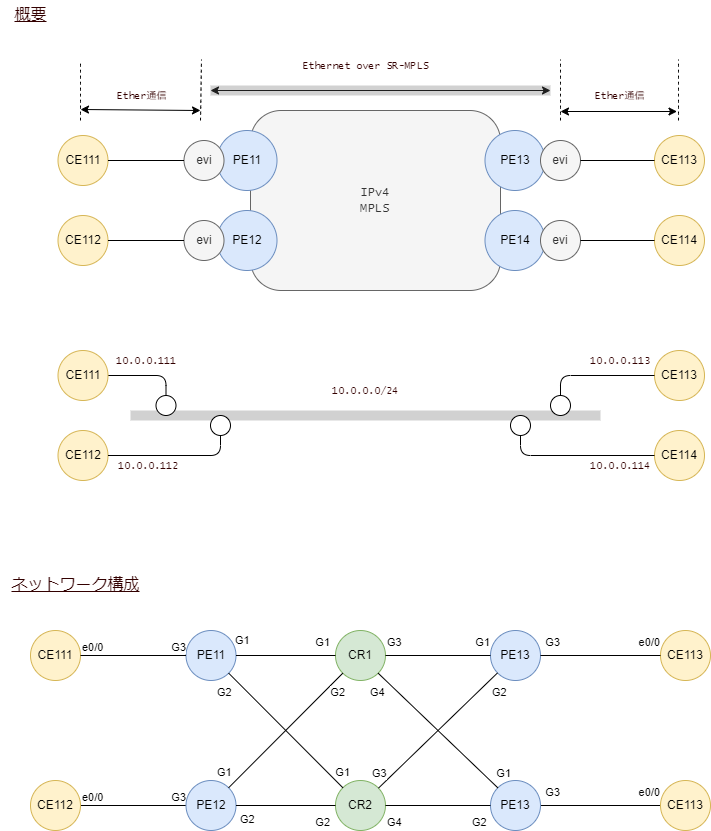
The draw.io diagram iosxe_config/img/mpls_evpn.drawio.png in takamitsu-iida/srv6-guide, before a commit. Source tidied: cells renumbered, new cells last; positions are measured from the earlier drawing's top-left corner, leaving out a move shared by most shapes.
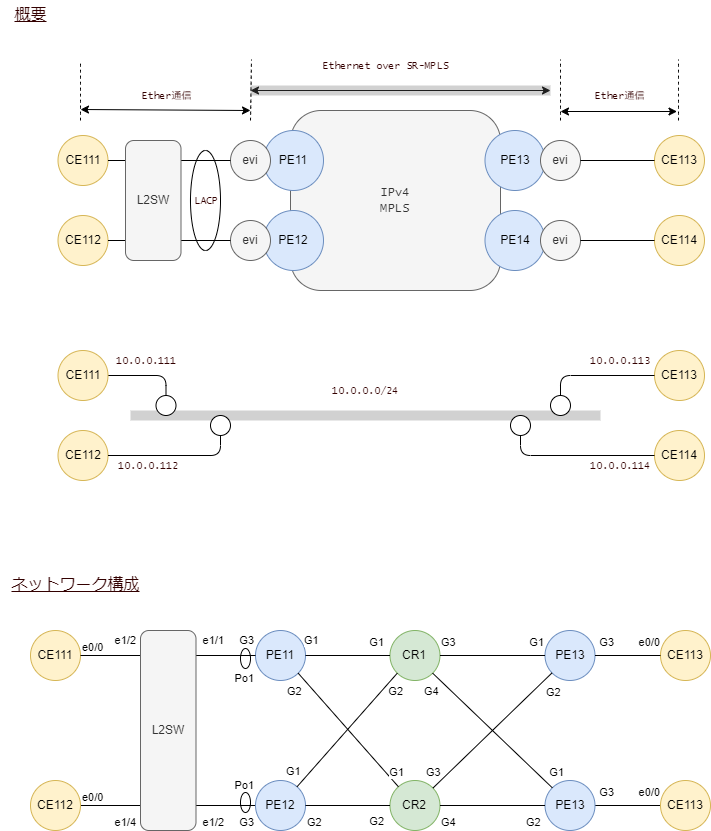
After the commit.

Diff of the diagram source:
```diff
@@ -9,19 +9,19 @@
       </mxGeometry>
     </mxCell>
     <mxCell id="3" value="&lt;span style=&quot;font-family: &amp;quot;Lucida Console&amp;quot;;&quot;&gt;IPv4&lt;/span&gt;&lt;br style=&quot;border-color: var(--border-color); font-family: &amp;quot;Lucida Console&amp;quot;;&quot;&gt;&lt;span style=&quot;font-family: &amp;quot;Lucida Console&amp;quot;;&quot;&gt;MPLS&lt;/span&gt;" style="rounded=1;whiteSpace=wrap;html=1;arcSize=17;fillColor=#f5f5f5;fontColor=#333333;strokeColor=#666666;" parent="1" vertex="1">
-      <mxGeometry x="250" y="110" width="250" height="180" as="geometry" />
+      <mxGeometry x="290" y="110" width="210" height="180" as="geometry" />
     </mxCell>
     <mxCell id="4" value="CR1" style="ellipse;whiteSpace=wrap;html=1;fillColor=#d5e8d4;strokeColor=#82b366;" parent="1" vertex="1">
-      <mxGeometry x="335" y="630" width="50" height="50" as="geometry" />
+      <mxGeometry x="389.5" y="630" width="50" height="50" as="geometry" />
     </mxCell>
     <mxCell id="5" value="CR2" style="ellipse;whiteSpace=wrap;html=1;fillColor=#d5e8d4;strokeColor=#82b366;" parent="1" vertex="1">
-      <mxGeometry x="335" y="780" width="50" height="50" as="geometry" />
+      <mxGeometry x="389.5" y="780" width="50" height="50" as="geometry" />
     </mxCell>
     <mxCell id="6" value="PE11" style="ellipse;whiteSpace=wrap;html=1;fillColor=#dae8fc;strokeColor=#6c8ebf;" parent="1" vertex="1">
-      <mxGeometry x="185.5" y="630" width="50" height="50" as="geometry" />
+      <mxGeometry x="255" y="630" width="50" height="50" as="geometry" />
     </mxCell>
     <mxCell id="7" value="PE13" style="ellipse;whiteSpace=wrap;html=1;fillColor=#dae8fc;strokeColor=#6c8ebf;" parent="1" vertex="1">
-      <mxGeometry x="490" y="630" width="50" height="50" as="geometry" />
+      <mxGeometry x="544.5" y="630" width="50" height="50" as="geometry" />
     </mxCell>
     <mxCell id="8" style="endArrow=none;html=1;exitX=1;exitY=0.5;exitDx=0;exitDy=0;endFill=0;rounded=1;" parent="1" edge="1" source="4" target="7">
       <mxGeometry relative="1" as="geometry" />
@@ -90,7 +90,9 @@
       <mxGeometry x="-1" relative="1" as="geometry" />
     </mxCell>
     <mxCell id="24" value="G3" style="edgeLabel;html=1;align=right;verticalAlign=bottom;" parent="22" vertex="1">
-      <mxGeometry x="1" relative="1" as="geometry" />
+      <mxGeometry x="1" relative="1" as="geometry">
+        <mxPoint y="25" as="offset" />
+      </mxGeometry>
     </mxCell>
     <mxCell id="25" value="G1" style="edgeLabel;html=1;align=right;verticalAlign=bottom;" parent="19" vertex="1">
       <mxGeometry x="1" relative="1" as="geometry">
@@ -123,13 +125,45 @@
       <mxGeometry x="-1" relative="1" as="geometry" />
     </mxCell>
     <mxCell id="33" value="G3" style="edgeLabel;html=1;align=right;verticalAlign=bottom;" parent="31" vertex="1">
-      <mxGeometry x="1" relative="1" as="geometry" />
+      <mxGeometry x="1" relative="1" as="geometry">
+        <mxPoint y="-7" as="offset" />
+      </mxGeometry>
     </mxCell>
+    <mxCell id="96" value="e1/1" style="edgeLabel;html=1;align=right;verticalAlign=bottom;" parent="31" vertex="1">
+      <mxGeometry x="1" relative="1" as="geometry">
+        <mxPoint x="-30" y="-7" as="offset" />
+      </mxGeometry>
+    </mxCell>
+    <mxCell id="97" value="e1/2" style="edgeLabel;html=1;align=right;verticalAlign=bottom;" parent="31" vertex="1">
+      <mxGeometry x="1" relative="1" as="geometry">
+        <mxPoint x="-30" y="175" as="offset" />
+      </mxGeometry>
+    </mxCell>
+    <mxCell id="98" value="Po1" style="edgeLabel;html=1;align=right;verticalAlign=bottom;" parent="31" vertex="1">
+      <mxGeometry x="1" relative="1" as="geometry">
+        <mxPoint y="31" as="offset" />
+      </mxGeometry>
+    </mxCell>
+    <mxCell id="99" value="Po1" style="edgeLabel;html=1;align=right;verticalAlign=bottom;" parent="31" vertex="1">
+      <mxGeometry x="1" relative="1" as="geometry">
+        <mxPoint y="138" as="offset" />
+      </mxGeometry>
+    </mxCell>
+    <mxCell id="100" value="e1/2" style="edgeLabel;html=1;align=right;verticalAlign=bottom;" parent="31" vertex="1">
+      <mxGeometry x="1" relative="1" as="geometry">
+        <mxPoint x="-118" y="-7" as="offset" />
+      </mxGeometry>
+    </mxCell>
+    <mxCell id="101" value="e1/4" style="edgeLabel;html=1;align=right;verticalAlign=bottom;" parent="31" vertex="1">
+      <mxGeometry x="1" relative="1" as="geometry">
+        <mxPoint x="-118" y="175" as="offset" />
+      </mxGeometry>
+    </mxCell>
     <mxCell id="34" value="PE13" style="ellipse;whiteSpace=wrap;html=1;fillColor=#dae8fc;strokeColor=#6c8ebf;" parent="1" vertex="1">
       <mxGeometry x="484.5" y="130" width="60" height="60" as="geometry" />
     </mxCell>
     <mxCell id="35" value="PE11" style="ellipse;whiteSpace=wrap;html=1;fillColor=#dae8fc;strokeColor=#6c8ebf;" parent="1" vertex="1">
-      <mxGeometry x="216.5" y="130" width="60" height="60" as="geometry" />
+      <mxGeometry x="263" y="130" width="60" height="60" as="geometry" />
     </mxCell>
     <mxCell id="36" value="CE113" style="ellipse;whiteSpace=wrap;html=1;fillColor=#fff2cc;strokeColor=#d6b656;" parent="1" vertex="1">
       <mxGeometry x="654" y="135" width="50" height="50" as="geometry" />
@@ -143,7 +177,7 @@
     <mxCell id="38" style="endArrow=classic;startArrow=classic;html=1;fontFamily=Lucida Console;fontSize=10;fontColor=#FF0000;curved=1;" parent="1" edge="1">
       <mxGeometry relative="1" as="geometry">
         <mxPoint x="80" y="109" as="sourcePoint" />
-        <mxPoint x="200" y="110" as="targetPoint" />
+        <mxPoint x="250" y="110" as="targetPoint" />
       </mxGeometry>
     </mxCell>
     <mxCell id="39" value="Ether通信" style="text;html=1;align=center;verticalAlign=middle;strokeColor=none;fillColor=none;fontSize=10;fontFamily=Lucida Console;fontColor=#330000;" parent="1" vertex="1">
@@ -160,8 +194,8 @@
     </mxCell>
     <mxCell id="42" style="endArrow=none;dashed=1;html=1;fontFamily=Lucida Console;fontSize=10;fontColor=#FF0000;curved=1;" parent="1" edge="1">
       <mxGeometry relative="1" as="geometry">
-        <mxPoint x="200" y="120" as="sourcePoint" />
-        <mxPoint x="201" y="59" as="targetPoint" />
+        <mxPoint x="250" y="120" as="sourcePoint" />
+        <mxPoint x="251" y="59" as="targetPoint" />
       </mxGeometry>
     </mxCell>
     <mxCell id="43" style="endArrow=classic;startArrow=classic;html=1;fontFamily=Lucida Console;fontSize=10;fontColor=#FF0000;curved=1;" parent="1" edge="1">
@@ -172,27 +206,27 @@
     </mxCell>
     <mxCell id="44" style="endArrow=classic;startArrow=classic;html=1;fontFamily=Lucida Console;fontSize=10;fontColor=#FF0000;curved=1;" parent="1" edge="1">
       <mxGeometry relative="1" as="geometry">
-        <mxPoint x="210" y="90" as="sourcePoint" />
+        <mxPoint x="250" y="90" as="sourcePoint" />
         <mxPoint x="550" y="90" as="targetPoint" />
       </mxGeometry>
     </mxCell>
     <mxCell id="45" value="Ether通信" style="text;html=1;align=center;verticalAlign=middle;strokeColor=none;fillColor=none;fontSize=10;fontFamily=Lucida Console;fontColor=#330000;" parent="1" vertex="1">
-      <mxGeometry x="105.5" y="80" width="70" height="30" as="geometry" />
+      <mxGeometry x="130.5" y="80" width="70" height="30" as="geometry" />
     </mxCell>
     <mxCell id="46" style="endArrow=none;html=1;rounded=1;strokeWidth=10;fillColor=#f5f5f5;strokeColor=#666666;opacity=30;" parent="1" edge="1">
       <mxGeometry relative="1" as="geometry">
-        <mxPoint x="210" y="90" as="sourcePoint" />
+        <mxPoint x="250" y="90" as="sourcePoint" />
         <mxPoint x="550" y="90" as="targetPoint" />
       </mxGeometry>
     </mxCell>
     <mxCell id="47" value="Ethernet over SR-MPLS" style="text;html=1;align=center;verticalAlign=middle;strokeColor=none;fillColor=none;fontSize=10;fontFamily=Lucida Console;fontColor=#330000;" parent="1" vertex="1">
-      <mxGeometry x="290" y="50" width="150" height="30" as="geometry" />
+      <mxGeometry x="310" y="50" width="150" height="30" as="geometry" />
     </mxCell>
     <mxCell id="48" value="&lt;u&gt;ネットワーク構成&lt;/u&gt;" style="text;html=1;align=center;verticalAlign=middle;strokeColor=none;fillColor=none;fontSize=16;fontFamily=Lucida Console;fontColor=#330000;" parent="1" vertex="1">
       <mxGeometry y="570" width="150" height="30" as="geometry" />
     </mxCell>
     <mxCell id="49" value="evi" style="ellipse;whiteSpace=wrap;html=1;fillColor=#f5f5f5;strokeColor=#666666;fontColor=#333333;" parent="1" vertex="1">
-      <mxGeometry x="183.5" y="140" width="40" height="40" as="geometry" />
+      <mxGeometry x="230" y="140" width="40" height="40" as="geometry" />
     </mxCell>
     <mxCell id="50" value="evi" style="ellipse;whiteSpace=wrap;html=1;fillColor=#f5f5f5;strokeColor=#666666;fontColor=#333333;" parent="1" vertex="1">
       <mxGeometry x="540" y="140" width="40" height="40" as="geometry" />
@@ -219,10 +253,10 @@
       <mxGeometry relative="1" as="geometry" />
     </mxCell>
     <mxCell id="58" value="PE12" style="ellipse;whiteSpace=wrap;html=1;fillColor=#dae8fc;strokeColor=#6c8ebf;" parent="1" vertex="1">
-      <mxGeometry x="216.5" y="210" width="60" height="60" as="geometry" />
+      <mxGeometry x="263" y="210" width="60" height="60" as="geometry" />
     </mxCell>
     <mxCell id="59" value="evi" style="ellipse;whiteSpace=wrap;html=1;fillColor=#f5f5f5;strokeColor=#666666;fontColor=#333333;" parent="1" vertex="1">
-      <mxGeometry x="183.5" y="220" width="40" height="40" as="geometry" />
+      <mxGeometry x="230" y="220" width="40" height="40" as="geometry" />
     </mxCell>
     <mxCell id="60" value="CE112" style="ellipse;whiteSpace=wrap;html=1;fillColor=#fff2cc;strokeColor=#d6b656;" parent="1" vertex="1">
       <mxGeometry x="57.5" y="215" width="50" height="50" as="geometry" />
@@ -288,7 +322,7 @@
       <mxGeometry x="580" y="450" width="80" height="30" as="geometry" />
     </mxCell>
     <mxCell id="80" value="PE12" style="ellipse;whiteSpace=wrap;html=1;fillColor=#dae8fc;strokeColor=#6c8ebf;" parent="1" vertex="1">
-      <mxGeometry x="185.5" y="780" width="50" height="50" as="geometry" />
+      <mxGeometry x="255" y="780" width="50" height="50" as="geometry" />
     </mxCell>
     <mxCell id="81" value="CE112" style="ellipse;whiteSpace=wrap;html=1;fillColor=#fff2cc;strokeColor=#d6b656;" parent="1" vertex="1">
       <mxGeometry x="30" y="780" width="50" height="50" as="geometry" />
@@ -303,7 +337,7 @@
     </mxCell>
     <mxCell id="84" value="G2" style="edgeLabel;html=1;align=right;verticalAlign=bottom;" parent="82" vertex="1">
       <mxGeometry x="1" relative="1" as="geometry">
-        <mxPoint x="3" y="27" as="offset" />
+        <mxPoint x="7" y="27" as="offset" />
       </mxGeometry>
     </mxCell>
     <mxCell id="85" value="G2" style="edgeLabel;html=1;align=right;verticalAlign=bottom;" parent="82" vertex="1">
@@ -316,11 +350,11 @@
     </mxCell>
     <mxCell id="87" value="G2" style="edgeLabel;html=1;align=left;verticalAlign=bottom;" parent="86" vertex="1">
       <mxGeometry x="-1" relative="1" as="geometry">
-        <mxPoint x="2" y="22" as="offset" />
+        <mxPoint y="25" as="offset" />
       </mxGeometry>
     </mxCell>
     <mxCell id="88" value="PE13" style="ellipse;whiteSpace=wrap;html=1;fillColor=#dae8fc;strokeColor=#6c8ebf;" parent="1" vertex="1">
-      <mxGeometry x="490" y="780" width="50" height="50" as="geometry" />
+      <mxGeometry x="544.5" y="780" width="50" height="50" as="geometry" />
     </mxCell>
     <mxCell id="89" value="CE113" style="ellipse;whiteSpace=wrap;html=1;fillColor=#fff2cc;strokeColor=#d6b656;" parent="1" vertex="1">
       <mxGeometry x="660" y="780" width="50" height="50" as="geometry" />
@@ -351,5 +385,23 @@
         <mxPoint x="70" y="-5" as="offset" />
       </mxGeometry>
     </mxCell>
+    <mxCell id="102" value="L2SW" style="rounded=1;whiteSpace=wrap;html=1;fillColor=#f5f5f5;fontColor=#333333;strokeColor=#666666;" parent="1" vertex="1">
+      <mxGeometry x="125" y="140" width="55.5" height="120" as="geometry" />
+    </mxCell>
+    <mxCell id="103" style="ellipse;whiteSpace=wrap;html=1;fillColor=none;" parent="1" vertex="1">
+      <mxGeometry x="190" y="150" width="30" height="100" as="geometry" />
+    </mxCell>
+    <mxCell id="104" value="LACP" style="text;html=1;align=center;verticalAlign=middle;strokeColor=none;fillColor=none;fontSize=10;fontFamily=Lucida Console;fontColor=#330000;" parent="1" vertex="1">
+      <mxGeometry x="180.5" y="185" width="50" height="30" as="geometry" />
+    </mxCell>
+    <mxCell id="105" value="L2SW" style="rounded=1;whiteSpace=wrap;html=1;fillColor=#f5f5f5;fontColor=#333333;strokeColor=#666666;" parent="1" vertex="1">
+      <mxGeometry x="140" y="630" width="55.5" height="200" as="geometry" />
+    </mxCell>
+    <mxCell id="106" style="ellipse;whiteSpace=wrap;html=1;fillColor=none;" parent="1" vertex="1">
+      <mxGeometry x="240" y="792" width="10" height="20" as="geometry" />
+    </mxCell>
+    <mxCell id="107" style="ellipse;whiteSpace=wrap;html=1;fillColor=none;" parent="1" vertex="1">
+      <mxGeometry x="240" y="648" width="10" height="20" as="geometry" />
+    </mxCell>
   </root>
 </mxGraphModel>
```
